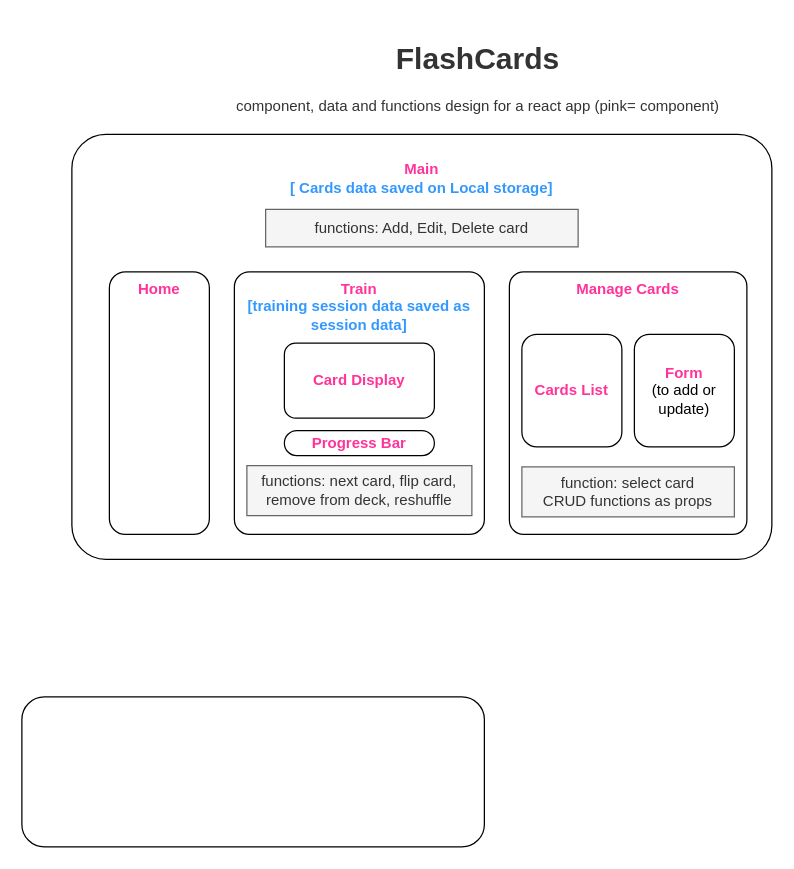
sarit-chaet-hudis/flashcards keeps this draw.io diagram as src/Assets/diagram.drawio. Above is the earlier version. Source tidied: cells renumbered, new cells numbered last; positions are measured from the earlier drawing's top-left corner, leaving out a move shared by most shapes. Both pictures are drawn from the tidied source at 125%, with x=0, y=0 at pixel (21, 34).
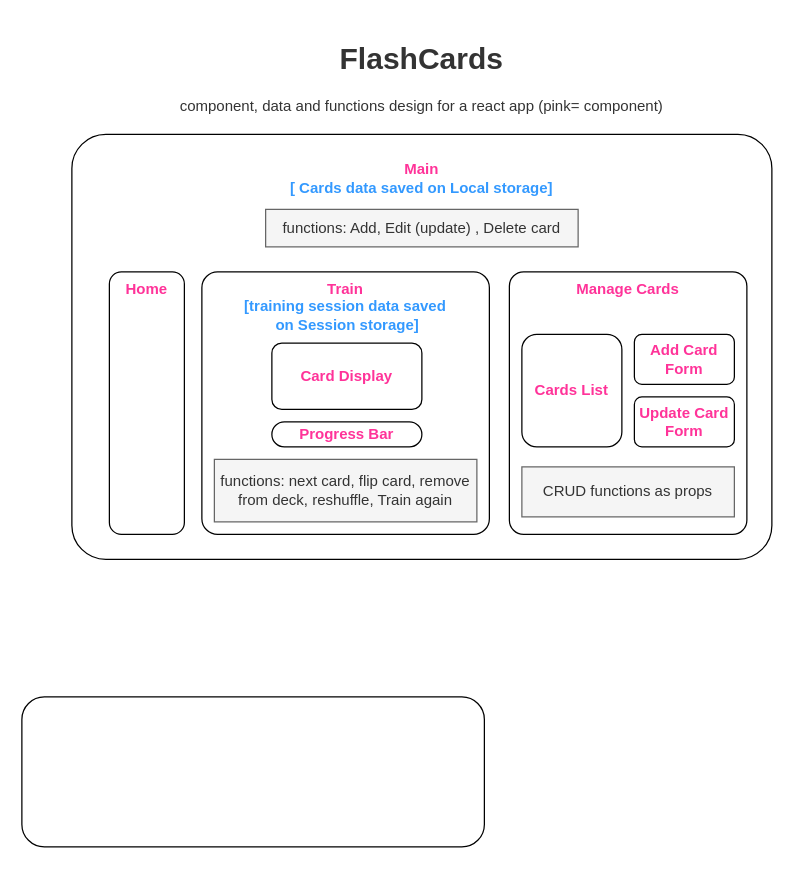
The same diagram, later.

Commit message (it also covers changes not shown here):
flip card on button click

The edit, as a diff of the source:
```diff
@@
 <mxGraphModel>
   <root>
     <mxCell id="0" />
     <mxCell id="1" parent="0" />
     <mxCell id="2" value="&lt;br&gt;&lt;b&gt;&lt;font color=&quot;#ff3399&quot;&gt;Main&lt;/font&gt;&lt;br&gt;&lt;/b&gt;&lt;font color=&quot;#3399ff&quot;&gt;&lt;b&gt;[ Cards data saved on Local storage]&lt;/b&gt;&lt;/font&gt;" style="rounded=1;whiteSpace=wrap;html=1;verticalAlign=top;arcSize=8;" parent="1" vertex="1">
       <mxGeometry x="40" y="80" width="560" height="340" as="geometry" />
     </mxCell>
     <mxCell id="3" style="rounded=1;whiteSpace=wrap;html=1;" parent="1" vertex="1">
       <mxGeometry y="530" width="370" height="120" as="geometry" />
     </mxCell>
-    <mxCell id="4" value="&lt;b&gt;&lt;font color=&quot;#ff3399&quot;&gt;Train&lt;/font&gt;&lt;br&gt;&lt;/b&gt;&lt;font color=&quot;#3399ff&quot;&gt;&lt;b&gt;[training session data saved as session data]&lt;/b&gt;&lt;/font&gt;" style="rounded=1;whiteSpace=wrap;html=1;arcSize=6;verticalAlign=top;" parent="1" vertex="1">
-      <mxGeometry x="170" y="190" width="200" height="210" as="geometry" />
+    <mxCell id="4" value="&lt;b&gt;&lt;font color=&quot;#ff3399&quot;&gt;Train&lt;/font&gt;&lt;br&gt;&lt;/b&gt;&lt;font color=&quot;#3399ff&quot;&gt;&lt;b&gt;[training session data saved&lt;br&gt;&amp;nbsp;on Session storage]&lt;/b&gt;&lt;/font&gt;" style="rounded=1;whiteSpace=wrap;html=1;arcSize=6;verticalAlign=top;" parent="1" vertex="1">
+      <mxGeometry x="144" y="190" width="230" height="210" as="geometry" />
     </mxCell>
     <mxCell id="5" value="&lt;b&gt;&lt;font color=&quot;#ff3399&quot;&gt;Manage Cards&lt;br&gt;&lt;/font&gt;&lt;/b&gt;" style="rounded=1;whiteSpace=wrap;html=1;arcSize=6;verticalAlign=top;" parent="1" vertex="1">
       <mxGeometry x="390" y="190" width="190" height="210" as="geometry" />
     </mxCell>
-    <mxCell id="6" value="functions: Add, Edit, Delete card" style="rounded=0;whiteSpace=wrap;html=1;fillColor=#f5f5f5;fontColor=#333333;strokeColor=#666666;" parent="1" vertex="1">
+    <mxCell id="6" value="functions: Add, Edit (update) , Delete card" style="rounded=0;whiteSpace=wrap;html=1;fillColor=#f5f5f5;fontColor=#333333;strokeColor=#666666;" parent="1" vertex="1">
       <mxGeometry x="195" y="140" width="250" height="30" as="geometry" />
     </mxCell>
     <mxCell id="7" value="&lt;b&gt;&lt;font color=&quot;#ff3399&quot;&gt;Card Display&lt;/font&gt;&lt;br&gt;&lt;/b&gt;" style="rounded=1;whiteSpace=wrap;html=1;" parent="1" vertex="1">
-      <mxGeometry x="210" y="247" width="120" height="60" as="geometry" />
+      <mxGeometry x="200" y="247" width="120" height="53" as="geometry" />
     </mxCell>
-    <mxCell id="8" value="functions: next card, flip card, remove from deck, reshuffle" style="rounded=0;whiteSpace=wrap;html=1;fillColor=#f5f5f5;fontColor=#333333;strokeColor=#666666;" parent="1" vertex="1">
-      <mxGeometry x="180" y="345" width="180" height="40" as="geometry" />
+    <mxCell id="8" value="functions: next card, flip card, remove from deck, reshuffle, Train again" style="rounded=0;whiteSpace=wrap;html=1;fillColor=#f5f5f5;fontColor=#333333;strokeColor=#666666;" parent="1" vertex="1">
+      <mxGeometry x="154" y="340" width="210" height="50" as="geometry" />
     </mxCell>
-    <mxCell id="9" value="function: select card&lt;br&gt;CRUD functions as props" style="rounded=0;whiteSpace=wrap;html=1;fillColor=#f5f5f5;fontColor=#333333;strokeColor=#666666;" parent="1" vertex="1">
+    <mxCell id="9" value="CRUD functions as props" style="rounded=0;whiteSpace=wrap;html=1;fillColor=#f5f5f5;fontColor=#333333;strokeColor=#666666;" parent="1" vertex="1">
       <mxGeometry x="400" y="346" width="170" height="40" as="geometry" />
     </mxCell>
     <mxCell id="10" value="&lt;b&gt;&lt;font color=&quot;#ff3399&quot;&gt;Cards List&lt;/font&gt;&lt;/b&gt;" style="rounded=1;whiteSpace=wrap;html=1;" parent="1" vertex="1">
       <mxGeometry x="400" y="240" width="80" height="90" as="geometry" />
     </mxCell>
-    <mxCell id="11" value="&lt;b&gt;&lt;font color=&quot;#ff3399&quot;&gt;Form&lt;/font&gt;&lt;/b&gt;&lt;br&gt;(to add or update)" style="rounded=1;whiteSpace=wrap;html=1;" parent="1" vertex="1">
-      <mxGeometry x="490" y="240" width="80" height="90" as="geometry" />
+    <mxCell id="11" value="&lt;b&gt;&lt;font color=&quot;#ff3399&quot;&gt;Add Card Form&lt;/font&gt;&lt;/b&gt;&lt;br&gt;" style="rounded=1;whiteSpace=wrap;html=1;" parent="1" vertex="1">
+      <mxGeometry x="490" y="240" width="80" height="40" as="geometry" />
     </mxCell>
     <mxCell id="12" value="&lt;b&gt;Progress Bar&lt;br&gt;&lt;/b&gt;" style="rounded=1;whiteSpace=wrap;html=1;arcSize=50;fontColor=#FF3399;" parent="1" vertex="1">
-      <mxGeometry x="210" y="317" width="120" height="20" as="geometry" />
+      <mxGeometry x="200" y="310" width="120" height="20" as="geometry" />
     </mxCell>
     <mxCell id="13" value="&lt;h1&gt;FlashCards&lt;/h1&gt;&lt;div&gt;component, data and functions design for a react app (pink= component)&lt;/div&gt;" style="text;html=1;strokeColor=none;fillColor=none;spacing=5;spacingTop=-20;whiteSpace=wrap;overflow=hidden;rounded=0;fontColor=#333333;align=center;" parent="1" vertex="1">
-      <mxGeometry x="140" width="450" height="120" as="geometry" />
+      <mxGeometry x="95" width="450" height="120" as="geometry" />
     </mxCell>
     <mxCell id="14" value="&lt;b&gt;&lt;font color=&quot;#ff3399&quot;&gt;Home&lt;/font&gt;&lt;br&gt;&lt;/b&gt;" style="rounded=1;whiteSpace=wrap;html=1;arcSize=16;verticalAlign=top;" parent="1" vertex="1">
-      <mxGeometry x="70" y="190" width="80" height="210" as="geometry" />
+      <mxGeometry x="70" y="190" width="60" height="210" as="geometry" />
     </mxCell>
+    <mxCell id="15" value="&lt;b&gt;&lt;font color=&quot;#ff3399&quot;&gt;Update Card Form&lt;/font&gt;&lt;/b&gt;" style="rounded=1;whiteSpace=wrap;html=1;" parent="1" vertex="1">
+      <mxGeometry x="490" y="290" width="80" height="40" as="geometry" />
+    </mxCell>
   </root>
 </mxGraphModel>
```
